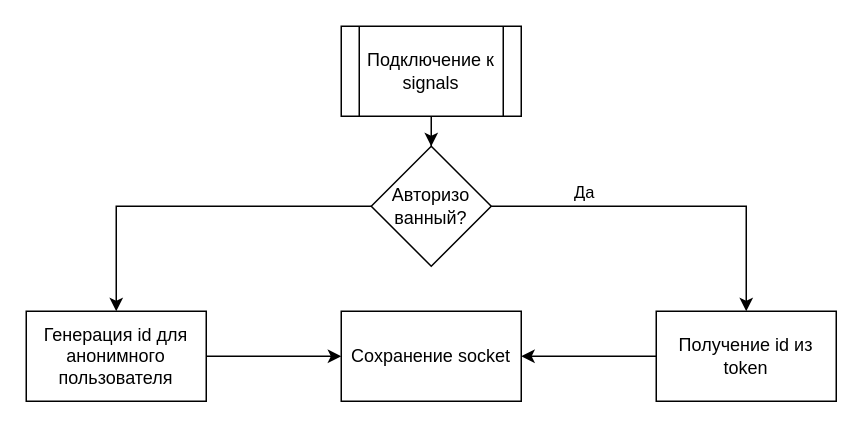
Before: VKR/signal-namespace.drawio in Jenesius/web-stream, a draw.io diagram. Source tidied: cells renumbered, new cells numbered last; positions are measured from the earlier drawing's top-left corner, leaving out a move shared by most shapes. Both pictures are drawn from the tidied source at 150%, with x=0, y=0 at pixel (26, 26).
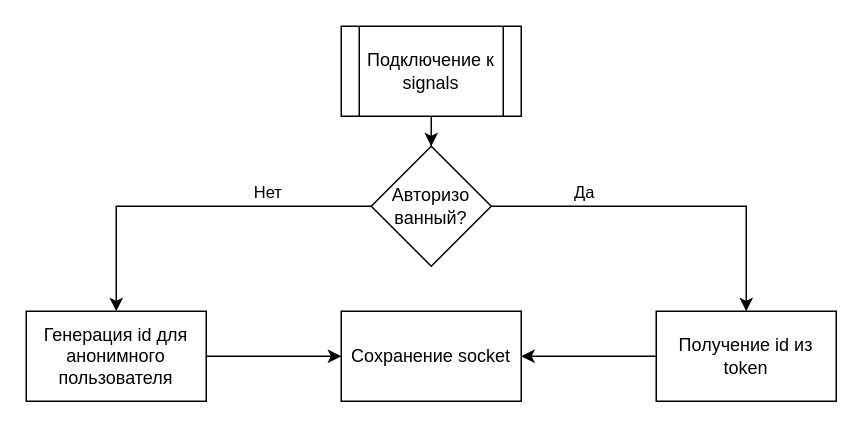
The same page after the edit.

Diff of the diagram source:
```diff
@@
 <mxGraphModel>
   <root>
     <mxCell id="0" />
     <mxCell id="1" parent="0" />
     <mxCell id="2" style="edgeStyle=orthogonalEdgeStyle;rounded=0;jettySize=auto;html=1;" parent="1" edge="1" source="3" target="7">
       <mxGeometry relative="1" as="geometry" />
     </mxCell>
     <mxCell id="3" value="Подключение к signals" style="shape=process;whiteSpace=wrap;html=1;backgroundOutline=1;" parent="1" vertex="1">
       <mxGeometry x="210" width="120" height="60" as="geometry" />
     </mxCell>
     <mxCell id="4" style="edgeStyle=orthogonalEdgeStyle;rounded=0;jettySize=auto;html=1;" parent="1" edge="1" source="7" target="9">
       <mxGeometry relative="1" as="geometry" />
     </mxCell>
     <mxCell id="5" value="Да" style="edgeLabel;html=1;align=center;verticalAlign=middle;" parent="4" vertex="1">
       <mxGeometry x="-0.15" y="-2" relative="1" as="geometry">
         <mxPoint x="-41" y="-12" as="offset" />
       </mxGeometry>
     </mxCell>
     <mxCell id="6" style="edgeStyle=orthogonalEdgeStyle;rounded=0;jettySize=auto;html=1;" parent="1" edge="1" source="7" target="12">
       <mxGeometry relative="1" as="geometry" />
     </mxCell>
+    <mxCell id="13" value="Нет" style="edgeLabel;html=1;align=center;verticalAlign=middle;" parent="6" vertex="1">
+      <mxGeometry x="-0.07" y="1" relative="1" as="geometry">
+        <mxPoint x="42" y="-11" as="offset" />
+      </mxGeometry>
+    </mxCell>
     <mxCell id="7" value="Авторизо&lt;br&gt;ванный?" style="rhombus;whiteSpace=wrap;html=1;" parent="1" vertex="1">
       <mxGeometry x="230" y="80" width="80" height="80" as="geometry" />
     </mxCell>
     <mxCell id="8" style="edgeStyle=orthogonalEdgeStyle;rounded=0;jettySize=auto;html=1;" parent="1" edge="1" source="9" target="10">
       <mxGeometry relative="1" as="geometry" />
     </mxCell>
     <mxCell id="9" value="Получение id из token" style="whiteSpace=wrap;html=1;" parent="1" vertex="1">
       <mxGeometry x="420" y="190" width="120" height="60" as="geometry" />
     </mxCell>
     <mxCell id="10" value="Сохранение socket" style="rounded=0;whiteSpace=wrap;html=1;" parent="1" vertex="1">
       <mxGeometry x="210" y="190" width="120" height="60" as="geometry" />
     </mxCell>
     <mxCell id="11" style="edgeStyle=orthogonalEdgeStyle;rounded=0;jettySize=auto;html=1;" parent="1" edge="1" source="12" target="10">
       <mxGeometry relative="1" as="geometry" />
     </mxCell>
     <mxCell id="12" value="Генерация id для анонимного пользователя" style="whiteSpace=wrap;html=1;" parent="1" vertex="1">
       <mxGeometry y="190" width="120" height="60" as="geometry" />
     </mxCell>
   </root>
 </mxGraphModel>
```
